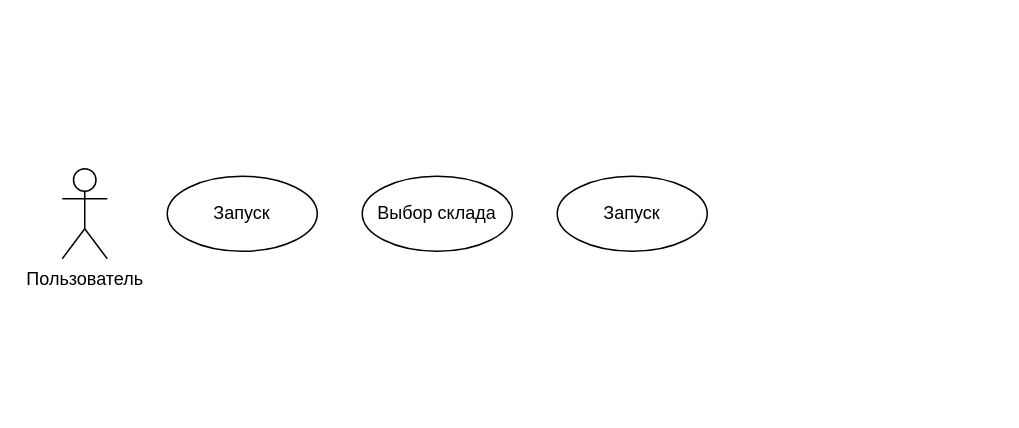
The draw.io diagram Диаграмма прецедентов.drawio in Aazmandiuc/MDK_01.01, before the edit. Source tidied: cells renumbered, new cells numbered last; positions are measured from the earlier drawing's top-left corner, leaving out a move shared by most shapes. Both pictures are drawn from the tidied source at 150%, with x=0, y=0 at pixel (62, 168).
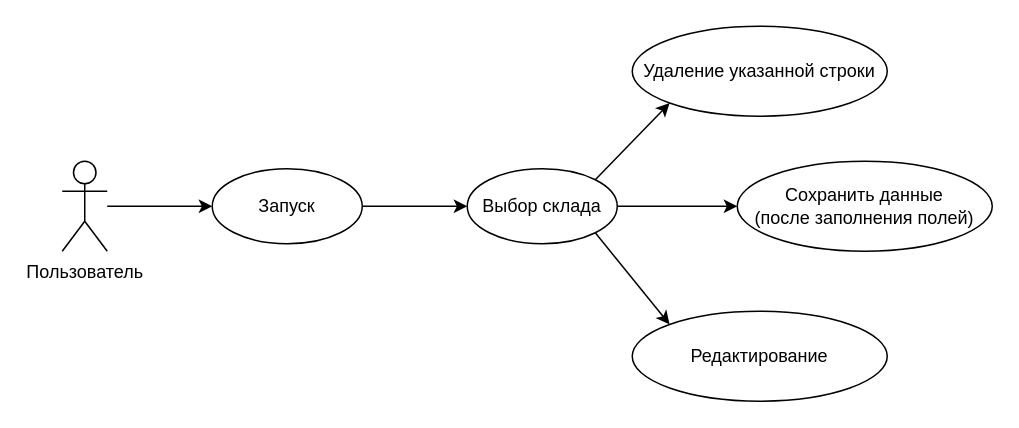
After the change.

Diff of the diagram source:
```diff
@@
 <mxGraphModel>
   <root>
     <mxCell id="0" />
     <mxCell id="1" parent="0" />
+    <mxCell id="6" style="edgeStyle=orthogonalEdgeStyle;rounded=0;jettySize=auto;html=1;entryX=0;entryY=0.5;entryDx=0;entryDy=0;" parent="1" edge="1" source="2" target="3">
+      <mxGeometry relative="1" as="geometry" />
+    </mxCell>
     <mxCell id="2" value="Пользователь" style="shape=umlActor;verticalLabelPosition=bottom;verticalAlign=top;html=1;outlineConnect=0;" parent="1" vertex="1">
-      <mxGeometry width="30" height="60" as="geometry" />
+      <mxGeometry y="-5" width="30" height="60" as="geometry" />
     </mxCell>
+    <mxCell id="7" style="edgeStyle=orthogonalEdgeStyle;rounded=0;jettySize=auto;html=1;exitX=1;exitY=0.5;exitDx=0;exitDy=0;entryX=0;entryY=0.5;entryDx=0;entryDy=0;" parent="1" edge="1" source="3" target="4">
+      <mxGeometry relative="1" as="geometry" />
+    </mxCell>
     <mxCell id="3" value="Запуск" style="ellipse;whiteSpace=wrap;html=1;" parent="1" vertex="1">
-      <mxGeometry x="70" y="5" width="100" height="50" as="geometry" />
+      <mxGeometry x="100" width="100" height="50" as="geometry" />
     </mxCell>
+    <mxCell id="8" style="edgeStyle=orthogonalEdgeStyle;rounded=0;jettySize=auto;html=1;exitX=1;exitY=0.5;exitDx=0;exitDy=0;entryX=0;entryY=0.5;entryDx=0;entryDy=0;" parent="1" edge="1" source="4" target="5">
+      <mxGeometry relative="1" as="geometry" />
+    </mxCell>
     <mxCell id="4" value="Выбор склада" style="ellipse;whiteSpace=wrap;html=1;" parent="1" vertex="1">
-      <mxGeometry x="200" y="5" width="100" height="50" as="geometry" />
+      <mxGeometry x="270" width="100" height="50" as="geometry" />
     </mxCell>
-    <mxCell id="5" value="Запуск" style="ellipse;whiteSpace=wrap;html=1;" parent="1" vertex="1">
-      <mxGeometry x="330" y="5" width="100" height="50" as="geometry" />
+    <mxCell id="5" value="Сохранить данные&lt;br&gt;(после заполнения полей)" style="ellipse;whiteSpace=wrap;html=1;" parent="1" vertex="1">
+      <mxGeometry x="450" y="-5" width="170" height="60" as="geometry" />
     </mxCell>
+    <mxCell id="9" value="Удаление указанной строки" style="ellipse;whiteSpace=wrap;html=1;" parent="1" vertex="1">
+      <mxGeometry x="380" y="-95" width="170" height="60" as="geometry" />
+    </mxCell>
+    <mxCell id="10" value="Редактирование" style="ellipse;whiteSpace=wrap;html=1;" parent="1" vertex="1">
+      <mxGeometry x="380" y="95" width="170" height="60" as="geometry" />
+    </mxCell>
+    <mxCell id="11" style="endArrow=classic;html=1;rounded=0;exitX=1;exitY=1;exitDx=0;exitDy=0;entryX=0;entryY=0;entryDx=0;entryDy=0;" parent="1" edge="1" source="4" target="10">
+      <mxGeometry relative="1" as="geometry" />
+    </mxCell>
+    <mxCell id="12" style="endArrow=classic;html=1;rounded=0;exitX=1;exitY=0;exitDx=0;exitDy=0;entryX=0;entryY=1;entryDx=0;entryDy=0;" parent="1" edge="1" source="4" target="9">
+      <mxGeometry relative="1" as="geometry" />
+    </mxCell>
   </root>
 </mxGraphModel>
```
